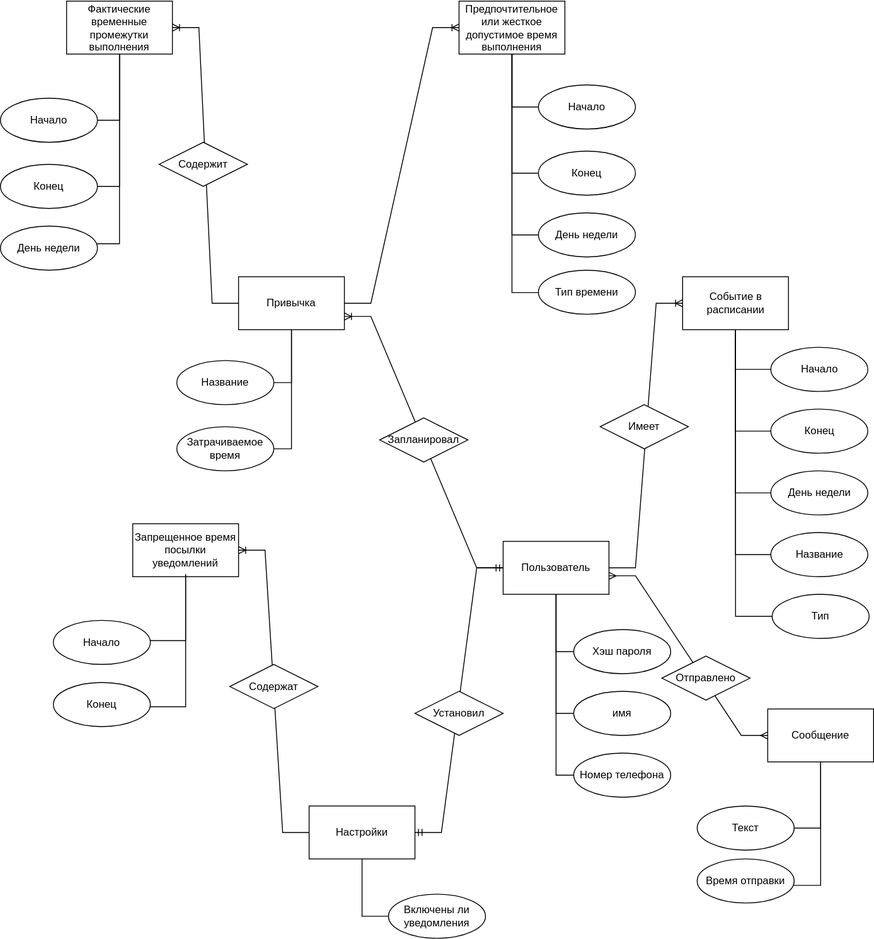
The draw.io diagram docs/ER.svg in iuschnic/PPO_BD_CW, before a commit. Source tidied: cells renumbered, new cells last; positions are measured from the earlier drawing's top-left corner, leaving out a move shared by most shapes.
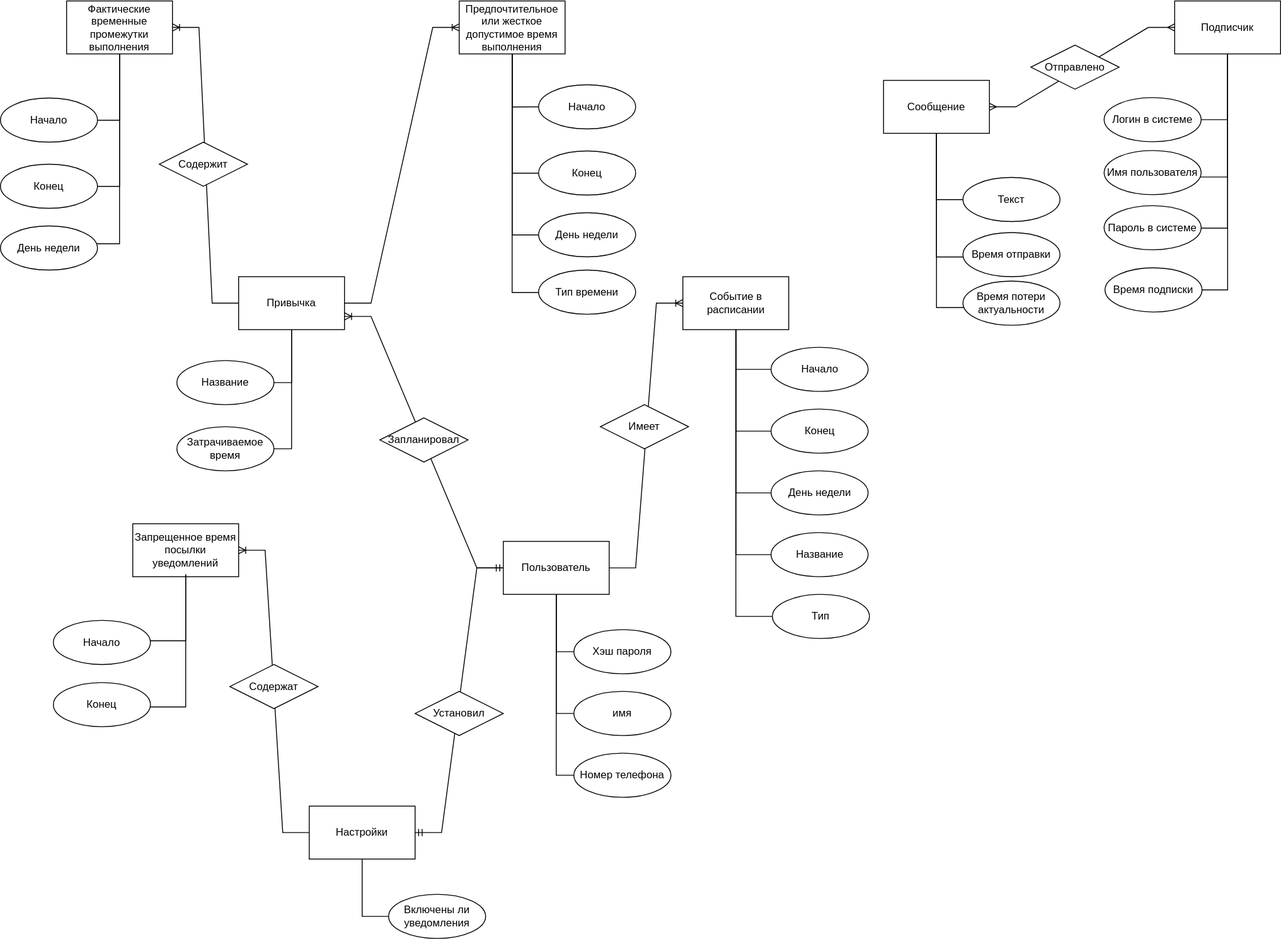
Later version of the same file.

Change to the diagram source:
```diff
@@ -73,19 +73,19 @@
     <mxCell id="15" style="edgeStyle=orthogonalEdgeStyle;rounded=0;jettySize=auto;html=1;endArrow=none;startFill=0;" parent="1" edge="1" source="17" target="34">
       <mxGeometry relative="1" as="geometry">
         <Array as="points">
-          <mxPoint x="930" y="937" />
+          <mxPoint x="1061" y="224.5" />
         </Array>
       </mxGeometry>
     </mxCell>
     <mxCell id="16" style="edgeStyle=orthogonalEdgeStyle;rounded=0;jettySize=auto;html=1;endArrow=none;startFill=0;" parent="1" edge="1" source="17" target="35">
       <mxGeometry relative="1" as="geometry">
         <Array as="points">
-          <mxPoint x="930" y="1002" />
+          <mxPoint x="1061" y="289.5" />
         </Array>
       </mxGeometry>
     </mxCell>
     <mxCell id="17" value="Сообщение" style="whiteSpace=wrap;html=1;align=center;" parent="1" vertex="1">
-      <mxGeometry x="870" y="802" width="120" height="60" as="geometry" />
+      <mxGeometry x="1001" y="89.5" width="120" height="60" as="geometry" />
     </mxCell>
     <mxCell id="18" style="edgeStyle=orthogonalEdgeStyle;rounded=0;jettySize=auto;html=1;endArrow=none;startFill=0;" parent="1" edge="1" source="19" target="27">
       <mxGeometry relative="1" as="geometry">
@@ -144,10 +144,10 @@
       <mxGeometry x="873.5" y="532" width="110" height="50" as="geometry" />
     </mxCell>
     <mxCell id="34" value="Текст" style="ellipse;whiteSpace=wrap;html=1;align=center;" parent="1" vertex="1">
-      <mxGeometry x="790" y="912" width="110" height="50" as="geometry" />
+      <mxGeometry x="1091" y="199.5" width="110" height="50" as="geometry" />
     </mxCell>
     <mxCell id="35" value="Время отправки" style="ellipse;whiteSpace=wrap;html=1;align=center;" parent="1" vertex="1">
-      <mxGeometry x="790" y="972" width="110" height="50" as="geometry" />
+      <mxGeometry x="1091" y="262" width="110" height="50" as="geometry" />
     </mxCell>
     <mxCell id="36" style="edgeStyle=orthogonalEdgeStyle;rounded=0;jettySize=auto;html=1;endArrow=none;startFill=0;" parent="1" edge="1" source="39" target="41">
       <mxGeometry relative="1" as="geometry">
@@ -233,11 +233,15 @@
     <mxCell id="55" style="edgeStyle=entityRelationEdgeStyle;fontSize=12;html=1;endArrow=ERoneToMany;rounded=0;entryX=0;entryY=0.5;entryDx=0;entryDy=0;" parent="1" edge="1" source="24" target="52">
       <mxGeometry relative="1" as="geometry" />
     </mxCell>
-    <mxCell id="56" style="edgeStyle=entityRelationEdgeStyle;fontSize=12;html=1;endArrow=ERmany;startArrow=ERmany;rounded=0;exitX=1;exitY=0.65;exitDx=0;exitDy=0;exitPerimeter=0;" parent="1" edge="1" source="5" target="17">
-      <mxGeometry relative="1" as="geometry" />
+    <mxCell id="56" style="edgeStyle=entityRelationEdgeStyle;fontSize=12;html=1;endArrow=ERmany;startArrow=ERmany;rounded=0;" parent="1" edge="1" source="67" target="17">
+      <mxGeometry relative="1" as="geometry">
+        <Array as="points">
+          <mxPoint x="1211" y="79.5" />
+        </Array>
+      </mxGeometry>
     </mxCell>
     <mxCell id="57" value="Отправлено" style="shape=rhombus;perimeter=rhombusPerimeter;whiteSpace=wrap;html=1;align=center;" parent="1" vertex="1">
-      <mxGeometry x="750" y="742" width="100" height="50" as="geometry" />
+      <mxGeometry x="1168" y="49.5" width="100" height="50" as="geometry" />
     </mxCell>
     <mxCell id="58" style="edgeStyle=orthogonalEdgeStyle;rounded=0;jettySize=auto;html=1;endArrow=none;startFill=0;" parent="1" edge="1" target="60">
       <mxGeometry relative="1" as="geometry">
@@ -284,5 +288,60 @@
         </Array>
       </mxGeometry>
     </mxCell>
+    <mxCell id="67" value="Подписчик" style="whiteSpace=wrap;html=1;align=center;" parent="1" vertex="1">
+      <mxGeometry x="1331" y="-0.5" width="120" height="60" as="geometry" />
+    </mxCell>
+    <mxCell id="68" value="Время потери актуальности" style="ellipse;whiteSpace=wrap;html=1;align=center;" parent="1" vertex="1">
+      <mxGeometry x="1091" y="317" width="110" height="50" as="geometry" />
+    </mxCell>
+    <mxCell id="69" style="edgeStyle=orthogonalEdgeStyle;rounded=0;jettySize=auto;html=1;endArrow=none;startFill=0;" parent="1" edge="1" source="17" target="68">
+      <mxGeometry relative="1" as="geometry">
+        <Array as="points">
+          <mxPoint x="1061" y="347" />
+        </Array>
+      </mxGeometry>
+    </mxCell>
+    <mxCell id="70" style="edgeStyle=orthogonalEdgeStyle;rounded=0;jettySize=auto;html=1;endArrow=none;startFill=0;" parent="1" edge="1" target="72">
+      <mxGeometry relative="1" as="geometry">
+        <mxPoint x="1391" y="59.5" as="sourcePoint" />
+        <Array as="points">
+          <mxPoint x="1391" y="134" />
+        </Array>
+      </mxGeometry>
+    </mxCell>
+    <mxCell id="71" style="edgeStyle=orthogonalEdgeStyle;rounded=0;jettySize=auto;html=1;endArrow=none;startFill=0;" parent="1" edge="1" target="73">
+      <mxGeometry relative="1" as="geometry">
+        <mxPoint x="1391" y="59.5" as="sourcePoint" />
+        <Array as="points">
+          <mxPoint x="1391" y="199" />
+        </Array>
+      </mxGeometry>
+    </mxCell>
+    <mxCell id="72" value="Логин в системе" style="ellipse;whiteSpace=wrap;html=1;align=center;" parent="1" vertex="1">
+      <mxGeometry x="1251" y="109" width="110" height="50" as="geometry" />
+    </mxCell>
+    <mxCell id="73" value="Имя пользователя" style="ellipse;whiteSpace=wrap;html=1;align=center;" parent="1" vertex="1">
+      <mxGeometry x="1251" y="169" width="110" height="50" as="geometry" />
+    </mxCell>
+    <mxCell id="74" value="Пароль в системе" style="ellipse;whiteSpace=wrap;html=1;align=center;" parent="1" vertex="1">
+      <mxGeometry x="1251" y="231.5" width="110" height="50" as="geometry" />
+    </mxCell>
+    <mxCell id="75" style="edgeStyle=orthogonalEdgeStyle;rounded=0;jettySize=auto;html=1;endArrow=none;startFill=0;" parent="1" edge="1" source="67" target="74">
+      <mxGeometry relative="1" as="geometry">
+        <Array as="points">
+          <mxPoint x="1391" y="257" />
+        </Array>
+      </mxGeometry>
+    </mxCell>
+    <mxCell id="76" value="Время подписки" style="ellipse;whiteSpace=wrap;html=1;align=center;" parent="1" vertex="1">
+      <mxGeometry x="1252" y="302" width="110" height="50" as="geometry" />
+    </mxCell>
+    <mxCell id="77" style="edgeStyle=orthogonalEdgeStyle;rounded=0;jettySize=auto;html=1;endArrow=none;startFill=0;" parent="1" edge="1" source="67" target="76">
+      <mxGeometry relative="1" as="geometry">
+        <Array as="points">
+          <mxPoint x="1391" y="327" />
+        </Array>
+      </mxGeometry>
+    </mxCell>
   </root>
 </mxGraphModel>
```
